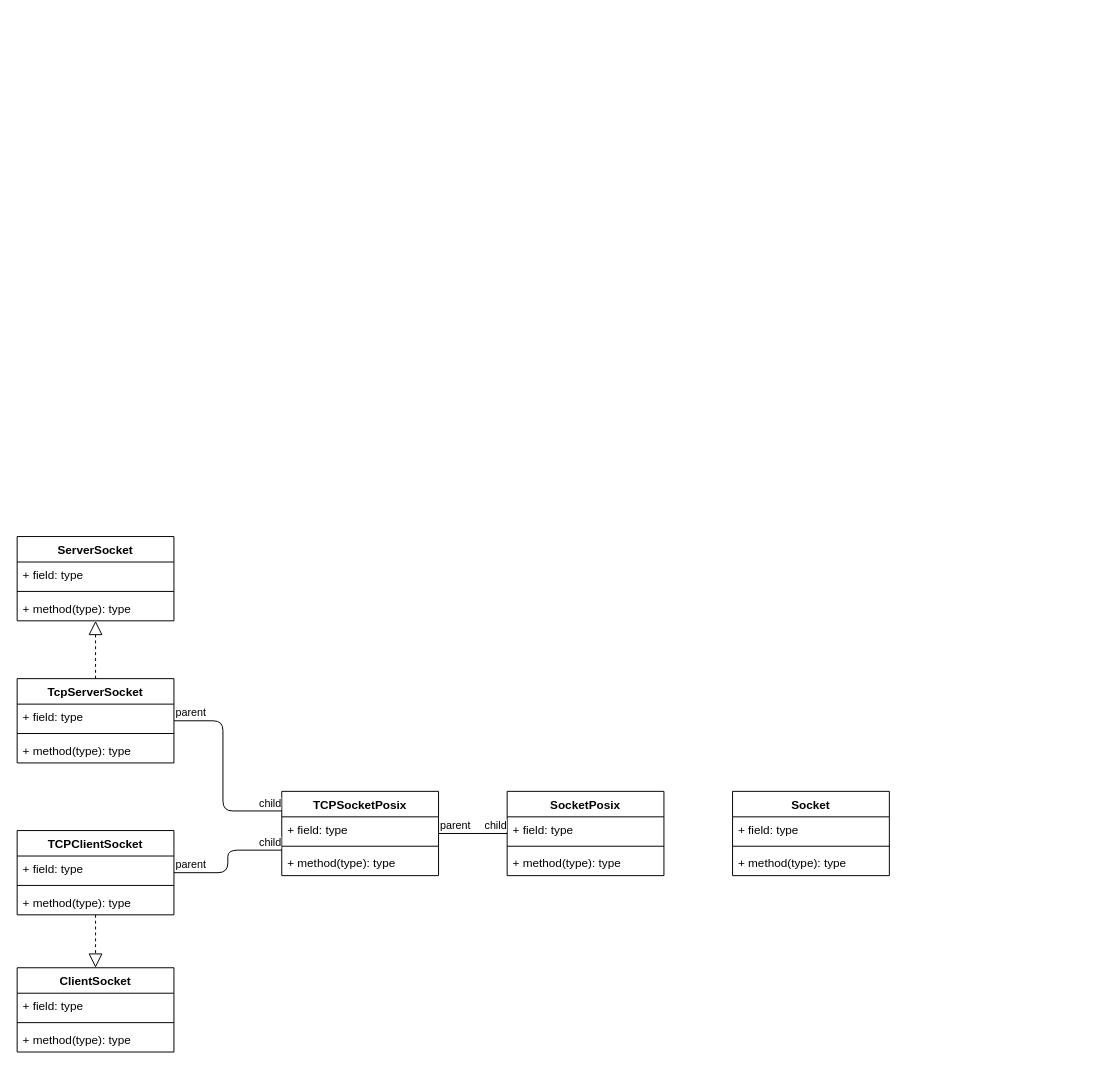
Earlier version of the draw.io diagram page "net" (3 of 3) of doc/arch.drawio (ISSuh/link). Source tidied: cells renumbered, new cells numbered last; positions are measured from the earlier drawing's top-left corner, leaving out a move shared by most shapes. Both pictures are drawn from the tidied source at 98%, with x=0, y=0 at pixel (17, 536).
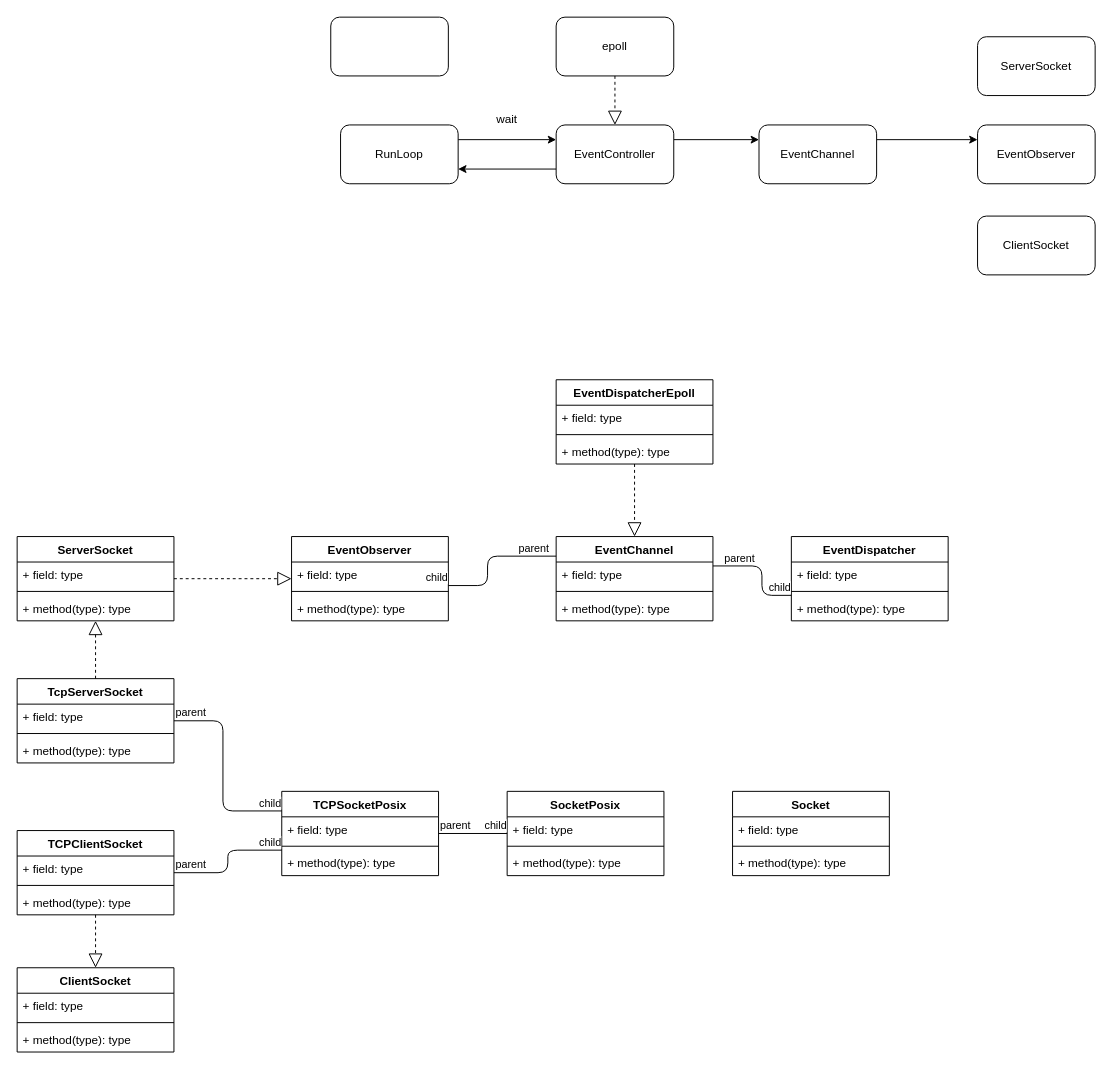
After the change.

Unchanged cells that the change refers to:
```xml
<mxCell id="31" value="ServerSocket" style="swimlane;fontStyle=1;align=center;verticalAlign=top;horizontal=1;startSize=26;" parent="1" vertex="1">
  <mxGeometry width="160" height="86" as="geometry" />
</mxCell>
```

The edit, as a diff of the source:
```diff
@@
+    <mxCell id="41" style="rounded=1;whiteSpace=wrap;html=1;" parent="1" vertex="1">
+      <mxGeometry x="320" y="-530" width="120" height="60" as="geometry" />
+    </mxCell>
+    <mxCell id="42" style="edgeStyle=none;html=1;exitX=0;exitY=0.75;exitDx=0;exitDy=0;entryX=1;entryY=0.75;entryDx=0;entryDy=0;" parent="1" edge="1" source="44" target="49">
+      <mxGeometry relative="1" as="geometry" />
+    </mxCell>
+    <mxCell id="43" style="edgeStyle=none;html=1;exitX=1;exitY=0.25;exitDx=0;exitDy=0;entryX=0;entryY=0.25;entryDx=0;entryDy=0;" parent="1" edge="1" source="44" target="47">
+      <mxGeometry relative="1" as="geometry" />
+    </mxCell>
+    <mxCell id="44" value="EventController" style="rounded=1;whiteSpace=wrap;html=1;" parent="1" vertex="1">
+      <mxGeometry x="550" y="-420" width="120" height="60" as="geometry" />
+    </mxCell>
+    <mxCell id="45" value="EventObserver" style="rounded=1;whiteSpace=wrap;html=1;" parent="1" vertex="1">
+      <mxGeometry x="980" y="-420" width="120" height="60" as="geometry" />
+    </mxCell>
+    <mxCell id="46" style="edgeStyle=none;html=1;exitX=1;exitY=0.25;exitDx=0;exitDy=0;entryX=0;entryY=0.25;entryDx=0;entryDy=0;" parent="1" edge="1" source="47" target="45">
+      <mxGeometry relative="1" as="geometry" />
+    </mxCell>
+    <mxCell id="47" value="EventChannel" style="rounded=1;whiteSpace=wrap;html=1;" parent="1" vertex="1">
+      <mxGeometry x="757" y="-420" width="120" height="60" as="geometry" />
+    </mxCell>
+    <mxCell id="48" style="edgeStyle=none;html=1;exitX=1;exitY=0.25;exitDx=0;exitDy=0;entryX=0;entryY=0.25;entryDx=0;entryDy=0;" parent="1" edge="1" source="49" target="44">
+      <mxGeometry relative="1" as="geometry" />
+    </mxCell>
+    <mxCell id="49" value="RunLoop" style="rounded=1;whiteSpace=wrap;html=1;" parent="1" vertex="1">
+      <mxGeometry x="330" y="-420" width="120" height="60" as="geometry" />
+    </mxCell>
+    <mxCell id="50" value="wait" style="text;html=1;strokeColor=none;fillColor=none;align=center;verticalAlign=middle;whiteSpace=wrap;rounded=0;" parent="1" vertex="1">
+      <mxGeometry x="470" y="-440" width="60" height="30" as="geometry" />
+    </mxCell>
+    <mxCell id="51" value="ServerSocket" style="rounded=1;whiteSpace=wrap;html=1;" parent="1" vertex="1">
+      <mxGeometry x="980" y="-510" width="120" height="60" as="geometry" />
+    </mxCell>
+    <mxCell id="52" value="ClientSocket" style="rounded=1;whiteSpace=wrap;html=1;" parent="1" vertex="1">
+      <mxGeometry x="980" y="-327" width="120" height="60" as="geometry" />
+    </mxCell>
+    <mxCell id="53" value="epoll" style="rounded=1;whiteSpace=wrap;html=1;" parent="1" vertex="1">
+      <mxGeometry x="550" y="-530" width="120" height="60" as="geometry" />
+    </mxCell>
+    <mxCell id="54" style="endArrow=block;dashed=1;endFill=0;endSize=12;html=1;entryX=0.5;entryY=0;entryDx=0;entryDy=0;exitX=0.5;exitY=1;exitDx=0;exitDy=0;" parent="1" edge="1" source="53" target="44">
+      <mxGeometry relative="1" as="geometry" />
+    </mxCell>
+    <mxCell id="55" value="EventDispatcher" style="swimlane;fontStyle=1;align=center;verticalAlign=top;horizontal=1;startSize=26;" parent="1" vertex="1">
+      <mxGeometry x="790" width="160" height="86" as="geometry" />
+    </mxCell>
+    <mxCell id="56" value="+ field: type" style="text;strokeColor=none;fillColor=none;align=left;verticalAlign=top;spacingLeft=4;spacingRight=4;overflow=hidden;" parent="55" vertex="1">
+      <mxGeometry y="26" width="160" height="26" as="geometry" />
+    </mxCell>
+    <mxCell id="57" style="line;strokeWidth=1;fillColor=none;align=left;verticalAlign=middle;spacingTop=-1;spacingLeft=3;spacingRight=3;labelPosition=right;" parent="55" vertex="1">
+      <mxGeometry y="52" width="160" height="8" as="geometry" />
+    </mxCell>
+    <mxCell id="58" value="+ method(type): type" style="text;strokeColor=none;fillColor=none;align=left;verticalAlign=top;spacingLeft=4;spacingRight=4;overflow=hidden;" parent="55" vertex="1">
+      <mxGeometry y="60" width="160" height="26" as="geometry" />
+    </mxCell>
+    <mxCell id="59" value="EventDispatcherEpoll" style="swimlane;fontStyle=1;align=center;verticalAlign=top;horizontal=1;startSize=26;" parent="1" vertex="1">
+      <mxGeometry x="550" y="-160" width="160" height="86" as="geometry" />
+    </mxCell>
+    <mxCell id="60" value="+ field: type" style="text;strokeColor=none;fillColor=none;align=left;verticalAlign=top;spacingLeft=4;spacingRight=4;overflow=hidden;" parent="59" vertex="1">
+      <mxGeometry y="26" width="160" height="26" as="geometry" />
+    </mxCell>
+    <mxCell id="61" style="line;strokeWidth=1;fillColor=none;align=left;verticalAlign=middle;spacingTop=-1;spacingLeft=3;spacingRight=3;labelPosition=right;" parent="59" vertex="1">
+      <mxGeometry y="52" width="160" height="8" as="geometry" />
+    </mxCell>
+    <mxCell id="62" value="+ method(type): type" style="text;strokeColor=none;fillColor=none;align=left;verticalAlign=top;spacingLeft=4;spacingRight=4;overflow=hidden;" parent="59" vertex="1">
+      <mxGeometry y="60" width="160" height="26" as="geometry" />
+    </mxCell>
+    <mxCell id="63" value="EventChannel" style="swimlane;fontStyle=1;align=center;verticalAlign=top;horizontal=1;startSize=26;" parent="1" vertex="1">
+      <mxGeometry x="550" width="160" height="86" as="geometry" />
+    </mxCell>
+    <mxCell id="64" value="+ field: type" style="text;strokeColor=none;fillColor=none;align=left;verticalAlign=top;spacingLeft=4;spacingRight=4;overflow=hidden;" parent="63" vertex="1">
+      <mxGeometry y="26" width="160" height="26" as="geometry" />
+    </mxCell>
+    <mxCell id="65" style="line;strokeWidth=1;fillColor=none;align=left;verticalAlign=middle;spacingTop=-1;spacingLeft=3;spacingRight=3;labelPosition=right;" parent="63" vertex="1">
+      <mxGeometry y="52" width="160" height="8" as="geometry" />
+    </mxCell>
+    <mxCell id="66" value="+ method(type): type" style="text;strokeColor=none;fillColor=none;align=left;verticalAlign=top;spacingLeft=4;spacingRight=4;overflow=hidden;" parent="63" vertex="1">
+      <mxGeometry y="60" width="160" height="26" as="geometry" />
+    </mxCell>
+    <mxCell id="67" value="EventObserver" style="swimlane;fontStyle=1;align=center;verticalAlign=top;horizontal=1;startSize=26;" parent="1" vertex="1">
+      <mxGeometry x="280" width="160" height="86" as="geometry" />
+    </mxCell>
+    <mxCell id="68" value="+ field: type" style="text;strokeColor=none;fillColor=none;align=left;verticalAlign=top;spacingLeft=4;spacingRight=4;overflow=hidden;" parent="67" vertex="1">
+      <mxGeometry y="26" width="160" height="26" as="geometry" />
+    </mxCell>
+    <mxCell id="69" style="line;strokeWidth=1;fillColor=none;align=left;verticalAlign=middle;spacingTop=-1;spacingLeft=3;spacingRight=3;labelPosition=right;" parent="67" vertex="1">
+      <mxGeometry y="52" width="160" height="8" as="geometry" />
+    </mxCell>
+    <mxCell id="70" value="+ method(type): type" style="text;strokeColor=none;fillColor=none;align=left;verticalAlign=top;spacingLeft=4;spacingRight=4;overflow=hidden;" parent="67" vertex="1">
+      <mxGeometry y="60" width="160" height="26" as="geometry" />
+    </mxCell>
+    <mxCell id="71" style="endArrow=block;dashed=1;endFill=0;endSize=12;html=1;" parent="1" edge="1" source="31" target="67">
+      <mxGeometry relative="1" as="geometry" />
+    </mxCell>
+    <mxCell id="72" style="endArrow=none;html=1;edgeStyle=orthogonalEdgeStyle;" parent="1" edge="1" source="63" target="67">
+      <mxGeometry relative="1" as="geometry">
+        <Array as="points">
+          <mxPoint x="480" y="20" />
+          <mxPoint x="480" y="50" />
+        </Array>
+      </mxGeometry>
+    </mxCell>
+    <mxCell id="73" value="parent" style="edgeLabel;html=1;align=left;verticalAlign=bottom;" parent="72" vertex="1">
+      <mxGeometry x="-1" relative="1" as="geometry">
+        <mxPoint x="-40" as="offset" />
+      </mxGeometry>
+    </mxCell>
+    <mxCell id="74" value="child" style="edgeLabel;html=1;align=right;verticalAlign=bottom;" parent="72" vertex="1">
+      <mxGeometry x="1" relative="1" as="geometry" />
+    </mxCell>
+    <mxCell id="75" style="endArrow=none;html=1;edgeStyle=orthogonalEdgeStyle;" parent="1" edge="1" source="63" target="55">
+      <mxGeometry relative="1" as="geometry">
+        <Array as="points">
+          <mxPoint x="760" y="30" />
+          <mxPoint x="760" y="60" />
+        </Array>
+      </mxGeometry>
+    </mxCell>
+    <mxCell id="76" value="parent" style="edgeLabel;html=1;align=left;verticalAlign=bottom;" parent="75" vertex="1">
+      <mxGeometry x="-1" relative="1" as="geometry">
+        <mxPoint x="10" as="offset" />
+      </mxGeometry>
+    </mxCell>
+    <mxCell id="77" value="child" style="edgeLabel;html=1;align=right;verticalAlign=bottom;" parent="75" vertex="1">
+      <mxGeometry x="1" relative="1" as="geometry" />
+    </mxCell>
+    <mxCell id="78" style="endArrow=block;dashed=1;endFill=0;endSize=12;html=1;" parent="1" edge="1" source="59" target="63">
+      <mxGeometry relative="1" as="geometry" />
+    </mxCell>
```
